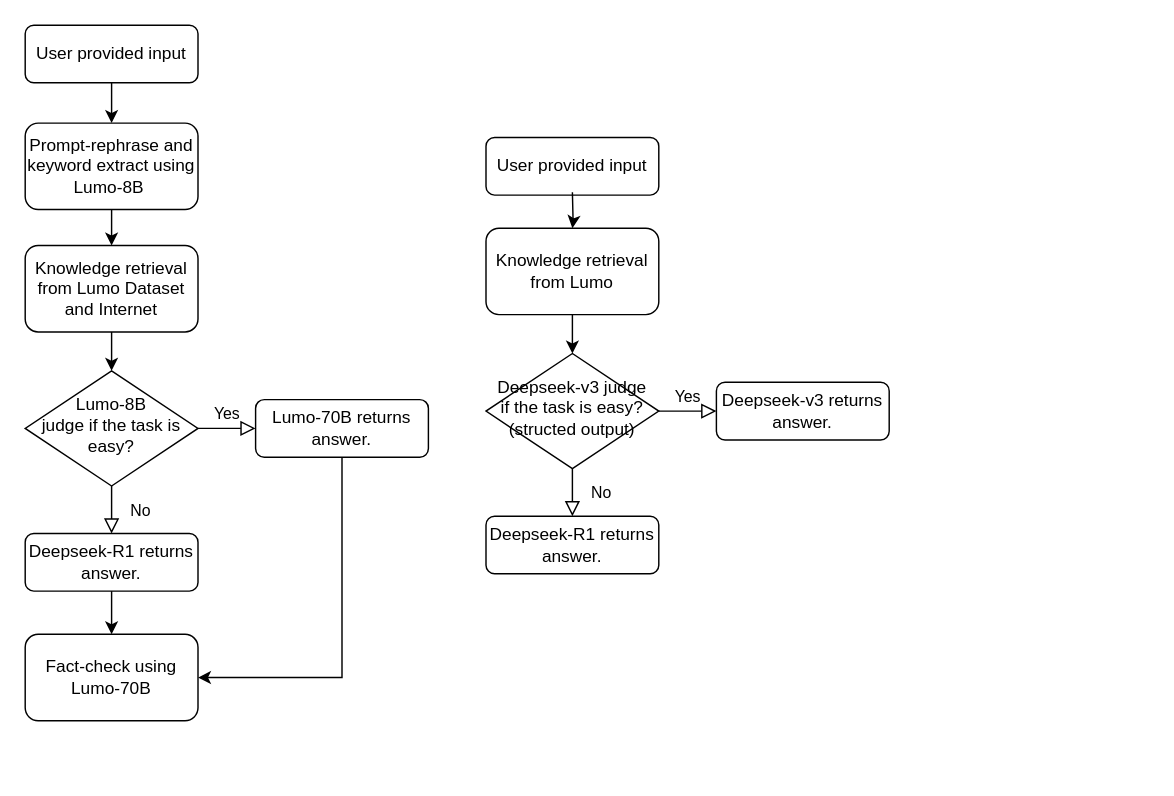
This is Untitled Diagram.drawio from miller-loves-ai/host-your-llm, a draw.io file, before an edit. Source tidied: cells renumbered, new cells numbered last; positions are measured from the earlier drawing's top-left corner, leaving out a move shared by most shapes. Both pictures are drawn from the tidied source at 144%, with x=0, y=0 at pixel (24, 24).
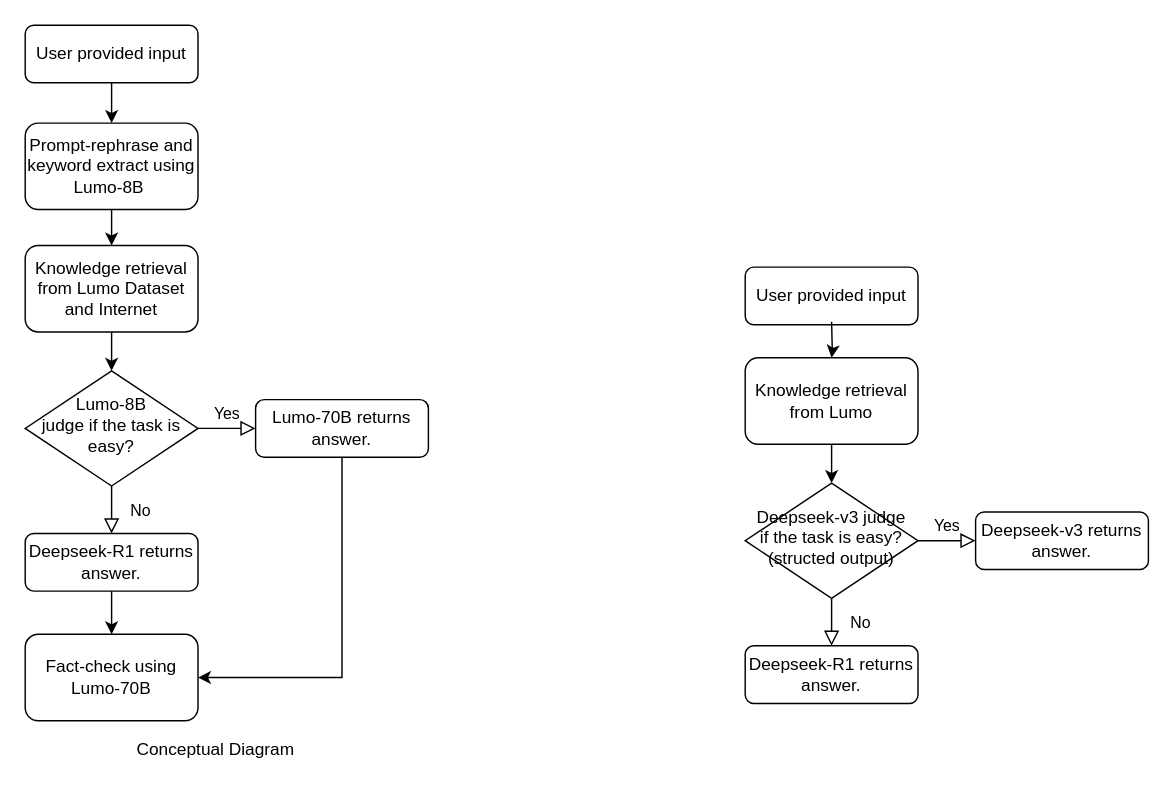
The same diagram, later.

What changed in the source:
```diff
@@
     <mxCell id="16" value="User provided input" style="rounded=1;whiteSpace=wrap;html=1;fontSize=12;glass=0;strokeWidth=1;shadow=0;" parent="1" vertex="1">
-      <mxGeometry x="320" y="78" width="120" height="40" as="geometry" />
+      <mxGeometry x="500" y="168" width="120" height="40" as="geometry" />
     </mxCell>
@@
     <mxCell id="18" value="&lt;div&gt;Deepseek-v3 judge if the task is easy?&lt;br&gt;(structed output)&lt;/div&gt;" style="rhombus;whiteSpace=wrap;html=1;shadow=0;fontFamily=Helvetica;fontSize=12;align=center;strokeWidth=1;spacing=6;spacingTop=-4;" parent="1" vertex="1">
-      <mxGeometry x="320" y="228" width="120" height="80" as="geometry" />
+      <mxGeometry x="500" y="318" width="120" height="80" as="geometry" />
     </mxCell>
     <mxCell id="19" value="Deepseek-v3&amp;nbsp;returns answer." style="rounded=1;whiteSpace=wrap;html=1;fontSize=12;glass=0;strokeWidth=1;shadow=0;" parent="1" vertex="1">
-      <mxGeometry x="480" y="248" width="120" height="40" as="geometry" />
+      <mxGeometry x="660" y="338" width="120" height="40" as="geometry" />
     </mxCell>
@@
     <mxCell id="21" value="Deepseek-R1 returns answer." style="rounded=1;whiteSpace=wrap;html=1;fontSize=12;glass=0;strokeWidth=1;shadow=0;" parent="1" vertex="1">
-      <mxGeometry x="320" y="341" width="120" height="40" as="geometry" />
+      <mxGeometry x="500" y="431" width="120" height="40" as="geometry" />
     </mxCell>
     <mxCell id="22" style="edgeStyle=orthogonalEdgeStyle;rounded=0;jettySize=auto;html=1;" parent="1" edge="1" target="24">
       <mxGeometry relative="1" as="geometry">
-        <mxPoint x="380" y="116" as="sourcePoint" />
+        <mxPoint x="560" y="206" as="sourcePoint" />
       </mxGeometry>
     </mxCell>
@@
     <mxCell id="24" value="Knowledge retrieval from Lumo" style="rounded=1;whiteSpace=wrap;html=1;" parent="1" vertex="1">
-      <mxGeometry x="320" y="141" width="120" height="60" as="geometry" />
+      <mxGeometry x="500" y="231" width="120" height="60" as="geometry" />
     </mxCell>
+    <mxCell id="25" value="Conceptual Diagram" style="text;html=1;align=center;verticalAlign=middle;strokeColor=none;fillColor=none;" parent="1" vertex="1">
+      <mxGeometry x="67" y="488" width="130" height="30" as="geometry" />
+    </mxCell>
```
